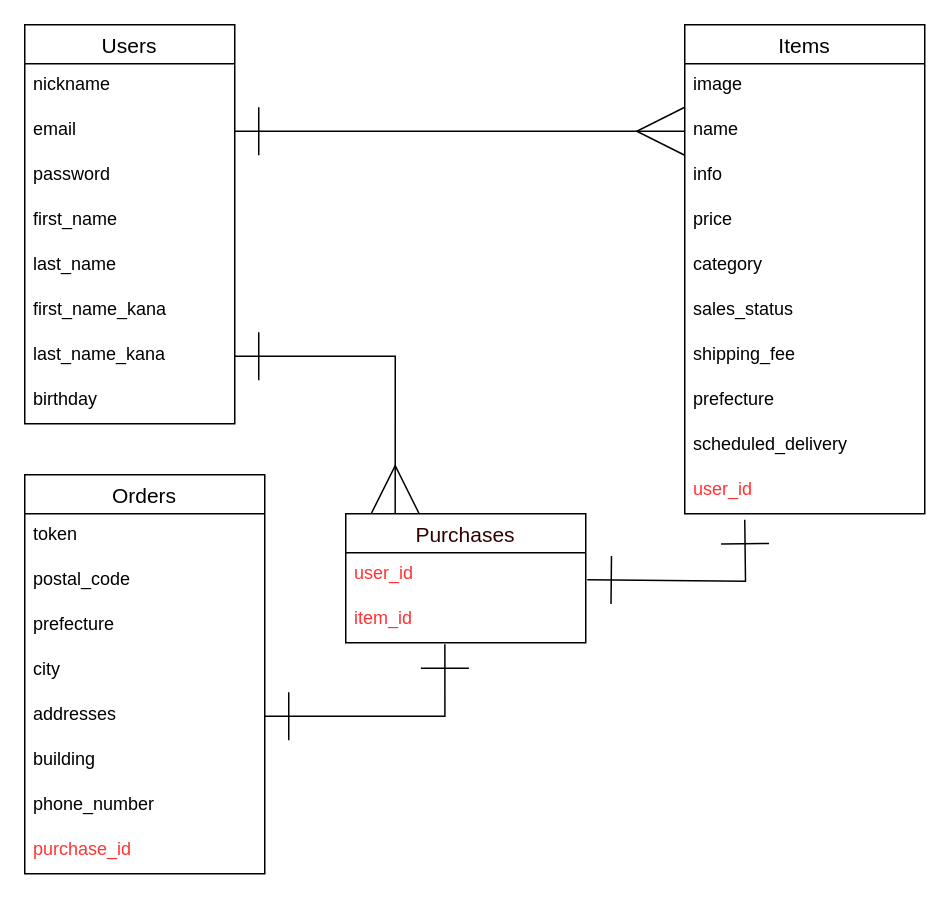
Earlier version of the draw.io diagram config/ER.dio (yatto17/furima-35905). Source tidied: cells renumbered, new cells numbered last; positions are measured from the earlier drawing's top-left corner, leaving out a move shared by most shapes. Both pictures are drawn from the tidied source at 150%, with x=0, y=0 at pixel (24, 24).
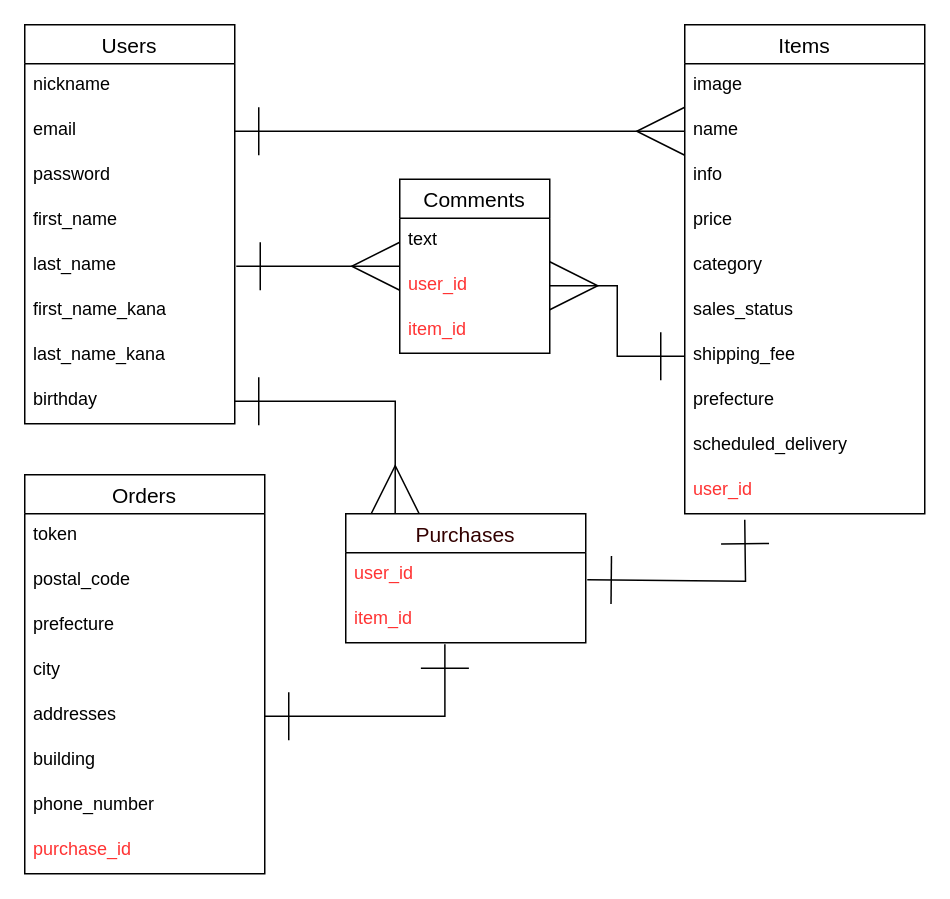
The same diagram, later.

Commit message (it also covers changes not shown here):
README・ER図の更新

Unchanged cells that the change refers to:
```xml
<mxCell id="9" value="last_name_kana" style="text;strokeColor=none;fillColor=none;spacingLeft=4;spacingRight=4;overflow=hidden;points=[[0,0.5],[1,0.5]];portConstraint=eastwest;fontSize=12;" parent="2" vertex="1">
  <mxGeometry y="206" width="140" height="30" as="geometry" />
</mxCell>
<mxCell id="10" value="birthday" style="text;strokeColor=none;fillColor=none;spacingLeft=4;spacingRight=4;overflow=hidden;points=[[0,0.5],[1,0.5]];portConstraint=eastwest;fontSize=12;" parent="2" vertex="1">
  <mxGeometry y="236" width="140" height="30" as="geometry" />
</mxCell>
<mxCell id="18" value="shipping_fee" style="text;strokeColor=none;fillColor=none;spacingLeft=4;spacingRight=4;overflow=hidden;points=[[0,0.5],[1,0.5]];portConstraint=eastwest;fontSize=12;" parent="11" vertex="1">
  <mxGeometry y="206" width="160" height="30" as="geometry" />
</mxCell>
<mxCell id="32" value="Purchases" style="swimlane;fontStyle=0;horizontal=1;startSize=26;align=center;fontSize=14;fontColor=#330000;" parent="1" vertex="1">
  <mxGeometry x="214" y="326" width="160" height="86" as="geometry" />
</mxCell>
```

The edit, as a diff of the source:
```diff
@@
-    <mxCell id="35" style="edgeStyle=orthogonalEdgeStyle;rounded=0;jettySize=auto;html=1;exitX=1;exitY=0.5;exitDx=0;exitDy=0;entryX=0.206;entryY=0;entryDx=0;entryDy=0;entryPerimeter=0;fontColor=#330000;startArrow=ERone;startFill=0;endArrow=ERmany;endFill=0;startSize=30;endSize=30;" parent="1" edge="1" source="9" target="32">
+    <mxCell id="35" style="edgeStyle=orthogonalEdgeStyle;rounded=0;jettySize=auto;html=1;exitX=1;exitY=0.5;exitDx=0;exitDy=0;entryX=0.206;entryY=0;entryDx=0;entryDy=0;entryPerimeter=0;fontColor=#330000;startArrow=ERone;startFill=0;endArrow=ERmany;endFill=0;startSize=30;endSize=30;" parent="1" edge="1" source="10" target="32">
       <mxGeometry relative="1" as="geometry" />
     </mxCell>
@@
+    <mxCell id="38" style="edgeStyle=orthogonalEdgeStyle;rounded=0;jettySize=auto;html=1;fontColor=#FF3333;startArrow=ERmany;startFill=0;endArrow=ERone;endFill=0;endSize=30;startSize=30;" parent="1" edge="1" source="39">
+      <mxGeometry relative="1" as="geometry">
+        <mxPoint x="141" y="161" as="targetPoint" />
+      </mxGeometry>
+    </mxCell>
+    <mxCell id="39" value="Comments" style="swimlane;fontStyle=0;horizontal=1;startSize=26;align=center;fontSize=14;" parent="1" vertex="1">
+      <mxGeometry x="250" y="103" width="100" height="116" as="geometry" />
+    </mxCell>
+    <mxCell id="40" value="text" style="text;strokeColor=none;fillColor=none;spacingLeft=4;spacingRight=4;overflow=hidden;fontSize=12;" parent="39" vertex="1">
+      <mxGeometry y="26" width="100" height="30" as="geometry" />
+    </mxCell>
+    <mxCell id="41" value="user_id" style="text;strokeColor=none;fillColor=none;spacingLeft=4;spacingRight=4;overflow=hidden;points=[[0,0.5],[1,0.5]];portConstraint=eastwest;fontSize=12;fontColor=#FF3333;" parent="39" vertex="1">
+      <mxGeometry y="56" width="100" height="30" as="geometry" />
+    </mxCell>
+    <mxCell id="42" value="item_id" style="text;strokeColor=none;fillColor=none;spacingLeft=4;spacingRight=4;overflow=hidden;fontSize=12;fontColor=#FF3333;" parent="39" vertex="1">
+      <mxGeometry y="86" width="100" height="30" as="geometry" />
+    </mxCell>
+    <mxCell id="43" style="edgeStyle=orthogonalEdgeStyle;rounded=0;jettySize=auto;html=1;fontColor=#FF3333;endArrow=ERone;endFill=0;startArrow=ERmany;startFill=0;endSize=30;startSize=30;" parent="1" edge="1" source="41" target="18">
+      <mxGeometry relative="1" as="geometry" />
+    </mxCell>
```
